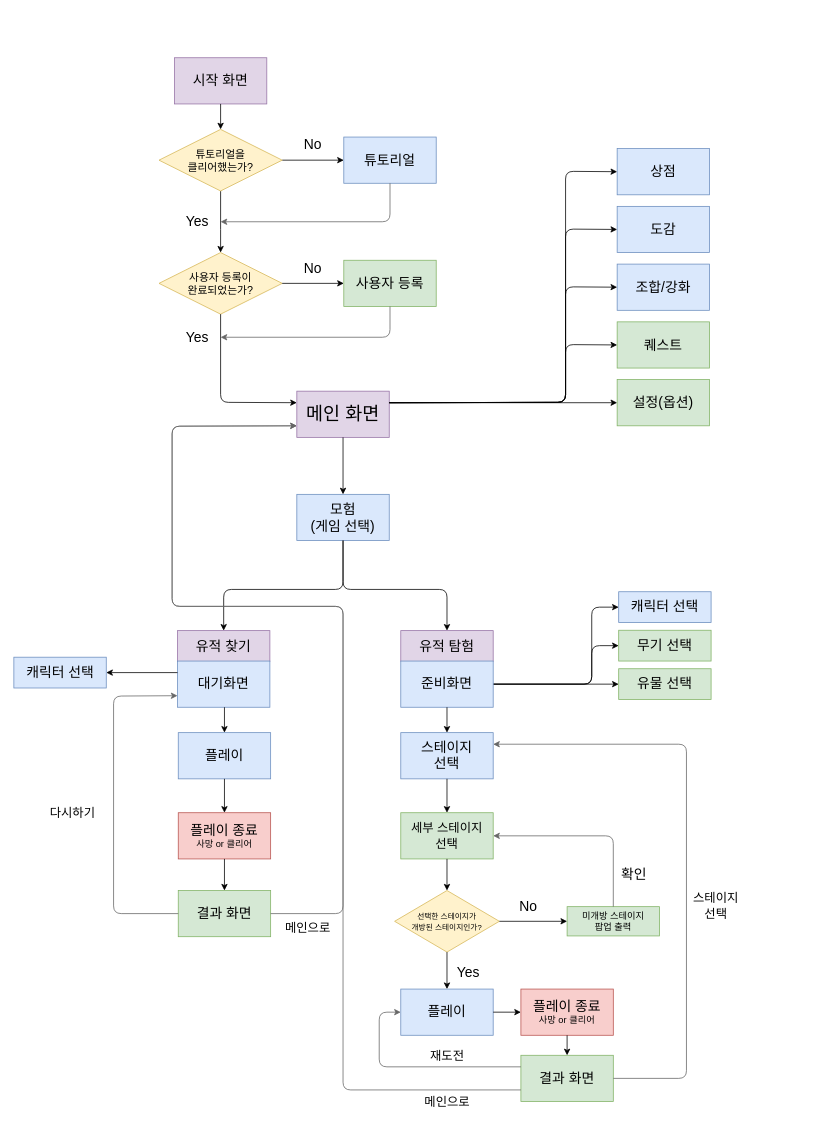
Earlier version of the draw.io diagram Untitled Diagram.drawio (dinenki71/UI). Source tidied: cells renumbered, new cells numbered last; positions are measured from the earlier drawing's top-left corner, leaving out a move shared by most shapes. Both pictures are drawn from the tidied source at 77%, with x=0, y=0 at pixel (14, 58).
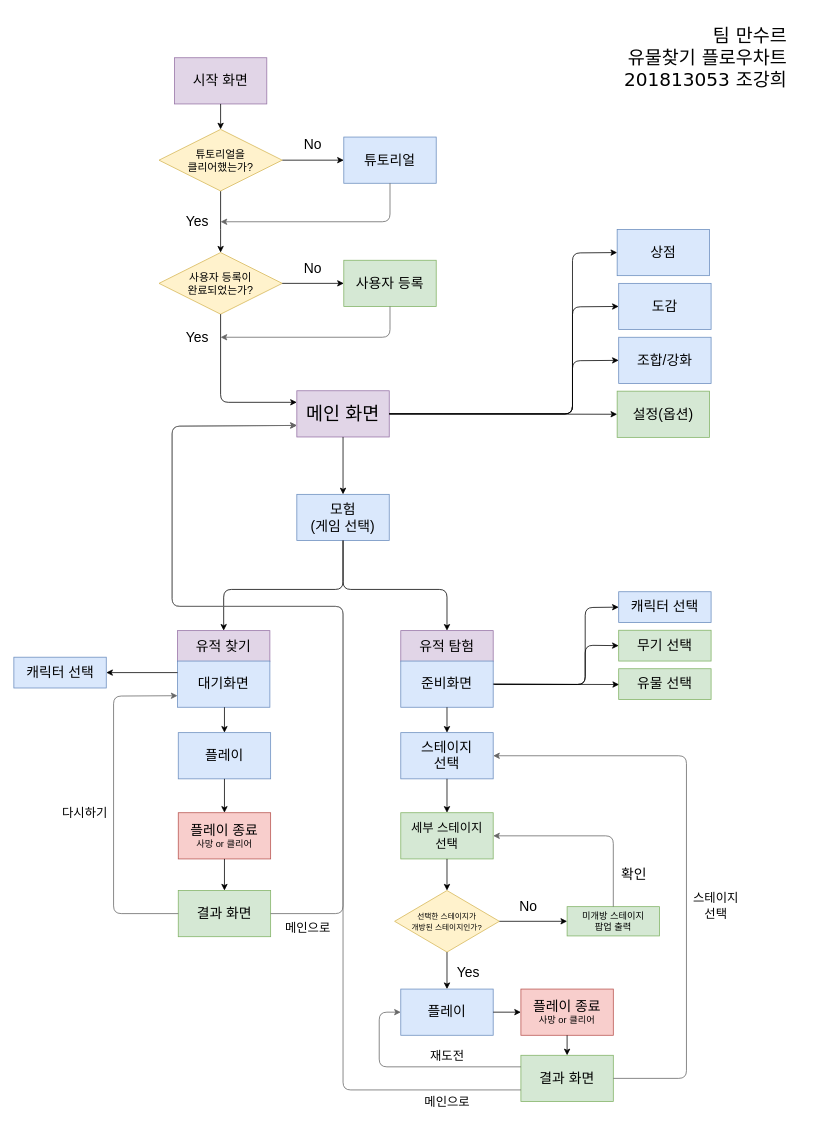
After the change.

Unchanged cells that the change refers to:
```xml
<mxCell id="13" value="&lt;font&gt;&lt;font style=&quot;font-size: 14px&quot;&gt;사용자 등록이&lt;br&gt;완료되었는가?&lt;/font&gt;&lt;br&gt;&lt;/font&gt;" style="rhombus;whiteSpace=wrap;html=1;fillColor=#fff2cc;strokeColor=#d6b656;" parent="1" vertex="1">
  <mxGeometry x="188" y="252.5" width="160" height="80" as="geometry" />
</mxCell>
<mxCell id="27" value="&lt;font style=&quot;font-size: 18px&quot;&gt;스테이지&lt;br&gt;선택&lt;/font&gt;&lt;br&gt;" style="rounded=0;whiteSpace=wrap;html=1;fillColor=#dae8fc;strokeColor=#6c8ebf;" parent="1" vertex="1">
  <mxGeometry x="502" y="876" width="120" height="60" as="geometry" />
</mxCell>
<mxCell id="39" value="&lt;font style=&quot;font-size: 18px&quot;&gt;캐릭터 선택&lt;/font&gt;" style="rounded=0;whiteSpace=wrap;html=1;fillColor=#dae8fc;strokeColor=#6c8ebf;" parent="1" vertex="1">
  <mxGeometry x="785" y="693" width="120" height="40" as="geometry" />
</mxCell>
<mxCell id="40" value="&lt;font style=&quot;font-size: 18px&quot;&gt;유물 선택&lt;br&gt;&lt;/font&gt;" style="rounded=0;whiteSpace=wrap;html=1;fillColor=#d5e8d4;strokeColor=#82b366;" parent="1" vertex="1">
  <mxGeometry x="785" y="793" width="120" height="40" as="geometry" />
</mxCell>
<mxCell id="41" value="&lt;font style=&quot;font-size: 18px&quot;&gt;무기 선택&lt;br&gt;&lt;/font&gt;" style="rounded=0;whiteSpace=wrap;html=1;fillColor=#d5e8d4;strokeColor=#82b366;" parent="1" vertex="1">
  <mxGeometry x="785" y="743" width="120" height="40" as="geometry" />
</mxCell>
<mxCell id="54" value="&lt;span style=&quot;font-size: 18px&quot;&gt;결과 화면&lt;/span&gt;&lt;br&gt;" style="rounded=0;whiteSpace=wrap;html=1;fillColor=#d5e8d4;strokeColor=#82b366;" parent="1" vertex="1">
  <mxGeometry x="658" y="1295" width="120" height="60" as="geometry" />
</mxCell>
<mxCell id="71" value="&lt;span style=&quot;font-size: 18px&quot;&gt;준비화면&lt;/span&gt;&lt;br&gt;" style="rounded=0;whiteSpace=wrap;html=1;fillColor=#dae8fc;strokeColor=#6c8ebf;" parent="1" vertex="1">
  <mxGeometry x="502" y="783" width="120" height="60" as="geometry" />
</mxCell>
```

What changed in the source:
```diff
@@
     <mxCell id="14" value="&lt;font style=&quot;font-size: 24px&quot;&gt;메인 화면&lt;/font&gt;" style="rounded=0;whiteSpace=wrap;html=1;fillColor=#e1d5e7;strokeColor=#9673a6;" parent="1" vertex="1">
-      <mxGeometry x="367" y="432.5" width="120" height="60" as="geometry" />
+      <mxGeometry x="367" y="432" width="120" height="60" as="geometry" />
     </mxCell>
-    <mxCell id="15" style="endArrow=classic;html=1;entryX=0;entryY=0.25;entryDx=0;entryDy=0;exitX=0.5;exitY=1;exitDx=0;exitDy=0;" parent="1" edge="1" source="13" target="14">
+    <mxCell id="15" style="endArrow=classic;html=1;exitX=0.5;exitY=1;exitDx=0;exitDy=0;" parent="1" edge="1" source="13">
       <mxGeometry relative="1" as="geometry">
+        <mxPoint x="367" y="447" as="targetPoint" />
         <Array as="points">
           <mxPoint x="268" y="447" />
         </Array>
       </mxGeometry>
     </mxCell>
@@
     <mxCell id="20" value="&lt;font style=&quot;font-size: 18px&quot;&gt;상점&lt;/font&gt;" style="rounded=0;whiteSpace=wrap;html=1;fillColor=#dae8fc;strokeColor=#6c8ebf;" parent="1" vertex="1">
-      <mxGeometry x="783" y="117.5" width="120" height="60" as="geometry" />
+      <mxGeometry x="783" y="222.5" width="120" height="60" as="geometry" />
     </mxCell>
     <mxCell id="21" value="&lt;font style=&quot;font-size: 18px&quot;&gt;도감&lt;/font&gt;" style="rounded=0;whiteSpace=wrap;html=1;fillColor=#dae8fc;strokeColor=#6c8ebf;" parent="1" vertex="1">
-      <mxGeometry x="783" y="192.5" width="120" height="60" as="geometry" />
+      <mxGeometry x="785" y="292.5" width="120" height="60" as="geometry" />
     </mxCell>
     <mxCell id="22" value="&lt;font style=&quot;font-size: 18px&quot;&gt;조합/강화&lt;/font&gt;" style="rounded=0;whiteSpace=wrap;html=1;fillColor=#dae8fc;strokeColor=#6c8ebf;" parent="1" vertex="1">
-      <mxGeometry x="783" y="267.5" width="120" height="60" as="geometry" />
+      <mxGeometry x="785" y="362.5" width="120" height="60" as="geometry" />
     </mxCell>
-    <mxCell id="23" value="&lt;font style=&quot;font-size: 18px&quot;&gt;퀘스트&lt;/font&gt;" style="rounded=0;whiteSpace=wrap;html=1;fillColor=#d5e8d4;strokeColor=#82b366;" parent="1" vertex="1">
-      <mxGeometry x="783" y="342.5" width="120" height="60" as="geometry" />
-    </mxCell>
     <mxCell id="24" value="&lt;font style=&quot;font-size: 18px&quot;&gt;설정(옵션)&lt;/font&gt;" style="rounded=0;whiteSpace=wrap;html=1;fillColor=#d5e8d4;strokeColor=#82b366;" parent="1" vertex="1">
-      <mxGeometry x="783" y="417.5" width="120" height="60" as="geometry" />
+      <mxGeometry x="783" y="432.5" width="120" height="60" as="geometry" />
     </mxCell>
@@
-    <mxCell id="58" style="endArrow=classic;html=1;fillColor=#f5f5f5;strokeColor=#666666;entryX=1;entryY=0.25;entryDx=0;entryDy=0;exitX=1;exitY=0.5;exitDx=0;exitDy=0;" parent="1" edge="1" source="54" target="27">
+    <mxCell id="58" style="endArrow=classic;html=1;fillColor=#f5f5f5;strokeColor=#666666;entryX=1;entryY=0.5;entryDx=0;entryDy=0;exitX=1;exitY=0.5;exitDx=0;exitDy=0;" parent="1" edge="1" source="54" target="27">
       <mxGeometry relative="1" as="geometry">
         <Array as="points">
           <mxPoint x="873" y="1325" />
-          <mxPoint x="873" y="891" />
+          <mxPoint x="873" y="906" />
         </Array>
       </mxGeometry>
     </mxCell>
@@
-    <mxCell id="60" style="endArrow=classic;html=1;exitX=1;exitY=0.25;exitDx=0;exitDy=0;entryX=0;entryY=0.5;entryDx=0;entryDy=0;" parent="1" edge="1" source="14" target="24">
+    <mxCell id="60" style="endArrow=classic;html=1;exitX=1;exitY=0.5;exitDx=0;exitDy=0;entryX=0;entryY=0.5;entryDx=0;entryDy=0;" parent="1" edge="1" source="14" target="24">
       <mxGeometry relative="1" as="geometry" />
     </mxCell>
-    <mxCell id="61" style="endArrow=classic;html=1;exitX=1;exitY=0.25;exitDx=0;exitDy=0;entryX=0;entryY=0.5;entryDx=0;entryDy=0;" parent="1" edge="1" source="14" target="23">
-      <mxGeometry relative="1" as="geometry">
-        <Array as="points">
-          <mxPoint x="716" y="447" />
-          <mxPoint x="716" y="372" />
-        </Array>
-      </mxGeometry>
-    </mxCell>
-    <mxCell id="62" style="endArrow=classic;html=1;exitX=1;exitY=0.25;exitDx=0;exitDy=0;entryX=0;entryY=0.5;entryDx=0;entryDy=0;" parent="1" edge="1" source="14" target="22">
-      <mxGeometry relative="1" as="geometry">
-        <Array as="points">
-          <mxPoint x="716" y="447" />
-          <mxPoint x="716" y="297" />
-        </Array>
-      </mxGeometry>
-    </mxCell>
-    <mxCell id="63" style="endArrow=classic;html=1;entryX=0;entryY=0.5;entryDx=0;entryDy=0;exitX=1;exitY=0.25;exitDx=0;exitDy=0;" parent="1" edge="1" source="14" target="21">
-      <mxGeometry relative="1" as="geometry">
-        <Array as="points">
-          <mxPoint x="716" y="447" />
-          <mxPoint x="716" y="222" />
-        </Array>
-      </mxGeometry>
-    </mxCell>
-    <mxCell id="64" style="endArrow=classic;html=1;exitX=1;exitY=0.25;exitDx=0;exitDy=0;entryX=0;entryY=0.5;entryDx=0;entryDy=0;" parent="1" edge="1" source="14" target="20">
-      <mxGeometry relative="1" as="geometry">
-        <Array as="points">
-          <mxPoint x="716" y="447" />
-          <mxPoint x="716" y="147" />
-        </Array>
-      </mxGeometry>
-    </mxCell>
-    <mxCell id="65" style="endArrow=classic;html=1;exitX=1;exitY=0.5;exitDx=0;exitDy=0;entryX=0;entryY=0.5;entryDx=0;entryDy=0;" parent="1" edge="1" source="71" target="40">
-      <mxGeometry relative="1" as="geometry" />
+    <mxCell id="65" style="endArrow=classic;html=1;exitX=1;exitY=0.5;exitDx=0;exitDy=0;" parent="1" edge="1" source="71">
+      <mxGeometry relative="1" as="geometry">
+        <mxPoint x="785.5" y="813.5" as="targetPoint" />
+      </mxGeometry>
     </mxCell>
-    <mxCell id="66" style="endArrow=classic;html=1;exitX=1;exitY=0.5;exitDx=0;exitDy=0;entryX=0;entryY=0.5;entryDx=0;entryDy=0;" parent="1" edge="1" source="71" target="39">
-      <mxGeometry relative="1" as="geometry">
-        <Array as="points">
-          <mxPoint x="750" y="813" />
-          <mxPoint x="750" y="713" />
-        </Array>
-      </mxGeometry>
-    </mxCell>
-    <mxCell id="67" style="endArrow=classic;html=1;exitX=1;exitY=0.5;exitDx=0;exitDy=0;entryX=0;entryY=0.5;entryDx=0;entryDy=0;" parent="1" edge="1" source="71" target="41">
-      <mxGeometry relative="1" as="geometry">
-        <Array as="points">
-          <mxPoint x="750" y="813" />
-          <mxPoint x="750" y="763" />
-        </Array>
-      </mxGeometry>
-    </mxCell>
     <mxCell id="68" value="&lt;font&gt;&lt;font style=&quot;font-size: 16px&quot;&gt;다시하기&lt;/font&gt;&lt;/font&gt;" style="text;html=1;strokeColor=none;fillColor=none;align=center;verticalAlign=middle;whiteSpace=wrap;rounded=0;" parent="1" vertex="1">
-      <mxGeometry x="31.5" y="969.5" width="88" height="20" as="geometry" />
+      <mxGeometry x="47.5" y="969.5" width="88" height="20" as="geometry" />
     </mxCell>
@@
+    <mxCell id="62" style="endArrow=classic;html=1;exitX=1;exitY=0.5;exitDx=0;exitDy=0;entryX=0;entryY=0.5;entryDx=0;entryDy=0;" parent="1" edge="1" source="14" target="22">
+      <mxGeometry relative="1" as="geometry">
+        <Array as="points">
+          <mxPoint x="725" y="462" />
+          <mxPoint x="725" y="393" />
+        </Array>
+      </mxGeometry>
+    </mxCell>
+    <mxCell id="63" style="endArrow=classic;html=1;exitX=1;exitY=0.5;exitDx=0;exitDy=0;entryX=0;entryY=0.5;entryDx=0;entryDy=0;" parent="1" edge="1" source="14" target="21">
+      <mxGeometry relative="1" as="geometry">
+        <Array as="points">
+          <mxPoint x="725" y="462" />
+          <mxPoint x="725" y="323" />
+        </Array>
+      </mxGeometry>
+    </mxCell>
+    <mxCell id="64" style="endArrow=classic;html=1;exitX=1;exitY=0.5;exitDx=0;exitDy=0;entryX=0;entryY=0.5;entryDx=0;entryDy=0;" parent="1" edge="1" source="14" target="20">
+      <mxGeometry relative="1" as="geometry">
+        <Array as="points">
+          <mxPoint x="725" y="462" />
+          <mxPoint x="725" y="253" />
+        </Array>
+      </mxGeometry>
+    </mxCell>
+    <mxCell id="67" style="endArrow=classic;html=1;exitX=1;exitY=0.5;exitDx=0;exitDy=0;entryX=0;entryY=0.5;entryDx=0;entryDy=0;" parent="1" edge="1" source="71" target="41">
+      <mxGeometry relative="1" as="geometry">
+        <Array as="points">
+          <mxPoint x="741.5" y="813.5" />
+          <mxPoint x="741.5" y="762.5" />
+        </Array>
+      </mxGeometry>
+    </mxCell>
+    <mxCell id="79" style="endArrow=classic;html=1;entryX=0;entryY=0.5;entryDx=0;entryDy=0;" parent="1" edge="1" target="39">
+      <mxGeometry relative="1" as="geometry">
+        <mxPoint x="623.5" y="813.5" as="sourcePoint" />
+        <Array as="points">
+          <mxPoint x="741.5" y="813.5" />
+          <mxPoint x="741.5" y="713.5" />
+        </Array>
+      </mxGeometry>
+    </mxCell>
+    <mxCell id="80" value="&lt;div style=&quot;text-align: right ; font-size: 24px&quot;&gt;&lt;span&gt;&lt;font style=&quot;font-size: 24px&quot; face=&quot;Verdana&quot;&gt;팀 만수르&lt;/font&gt;&lt;/span&gt;&lt;/div&gt;&lt;div style=&quot;text-align: right ; font-size: 24px&quot;&gt;&lt;span&gt;&lt;font style=&quot;font-size: 24px&quot; face=&quot;Verdana&quot;&gt;유물찾기 플로우차트&lt;/font&gt;&lt;/span&gt;&lt;/div&gt;&lt;div style=&quot;text-align: right ; font-size: 24px&quot;&gt;&lt;span&gt;&lt;font style=&quot;font-size: 24px&quot; face=&quot;Verdana&quot;&gt;201813053 조강희&lt;/font&gt;&lt;/span&gt;&lt;/div&gt;" style="text;html=1;strokeColor=none;fillColor=none;align=center;verticalAlign=middle;whiteSpace=wrap;rounded=0;" parent="1" vertex="1">
+      <mxGeometry x="750.5" y="-58.5" width="294" height="116" as="geometry" />
+    </mxCell>
```
